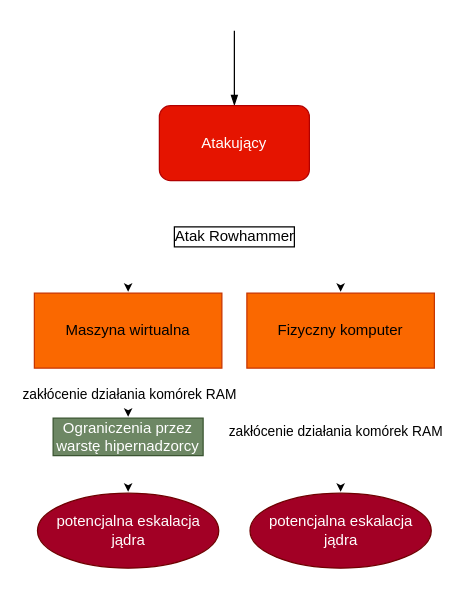
Earlier version of the draw.io diagram Diagrams/Eskalacja - teoria.drawio (mdkochanowicz/Security-of-Operating-Systems-in-Virtual-Environments). Source tidied: cells renumbered, new cells numbered last; positions are measured from the earlier drawing's top-left corner, leaving out a move shared by most shapes. Both pictures are drawn from the tidied source at 125%, with x=0, y=0 at pixel (34, 30).
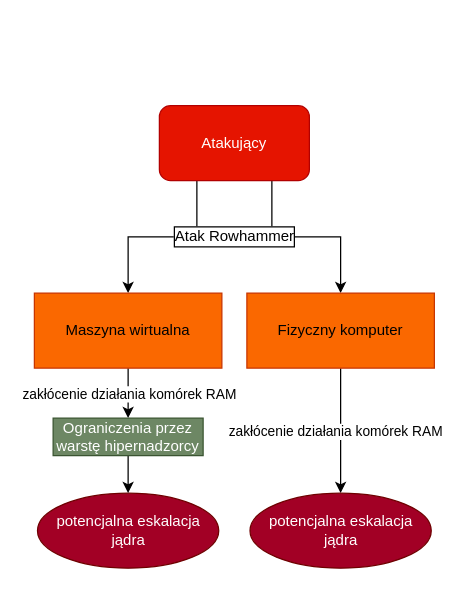
The same diagram, later.

What changed in the source:
```diff
@@
 <mxGraphModel>
   <root>
     <mxCell id="0" />
     <mxCell id="1" parent="0" />
-    <mxCell id="2" style="edgeStyle=orthogonalEdgeStyle;rounded=0;jettySize=auto;html=1;strokeColor=light-dark(#000000,#000000);endArrow=none;endFill=0;startArrow=blockThin;startFill=1;" parent="1" edge="1" source="5">
-      <mxGeometry relative="1" as="geometry">
-        <mxPoint x="160" as="targetPoint" />
-      </mxGeometry>
-    </mxCell>
-    <mxCell id="3" style="edgeStyle=orthogonalEdgeStyle;rounded=0;jettySize=auto;html=1;exitX=0.25;exitY=1;exitDx=0;exitDy=0;strokeColor=light-dark(default, #400000);" parent="1" edge="1" source="5" target="8">
+    <mxCell id="3" style="edgeStyle=orthogonalEdgeStyle;rounded=0;jettySize=auto;html=1;exitX=0.25;exitY=1;exitDx=0;exitDy=0;strokeColor=light-dark(#000000,#000000);startArrow=none;startFill=0;" parent="1" edge="1" source="5" target="8">
       <mxGeometry relative="1" as="geometry" />
     </mxCell>
-    <mxCell id="4" style="edgeStyle=orthogonalEdgeStyle;rounded=0;jettySize=auto;html=1;exitX=0.75;exitY=1;exitDx=0;exitDy=0;entryX=0.5;entryY=0;entryDx=0;entryDy=0;strokeColor=light-dark(default, #400000);" parent="1" edge="1" source="5" target="10">
+    <mxCell id="4" style="edgeStyle=orthogonalEdgeStyle;rounded=0;jettySize=auto;html=1;exitX=0.75;exitY=1;exitDx=0;exitDy=0;entryX=0.5;entryY=0;entryDx=0;entryDy=0;strokeColor=light-dark(#000000,#000000);startArrow=none;startFill=0;" parent="1" edge="1" source="5" target="10">
       <mxGeometry relative="1" as="geometry" />
     </mxCell>
     <mxCell id="5" value="Atakujący" style="rounded=1;whiteSpace=wrap;html=1;fillColor=#e51400;fontColor=#ffffff;strokeColor=#B20000;" parent="1" vertex="1">
       <mxGeometry x="100" y="60" width="120" height="60" as="geometry" />
     </mxCell>
-    <mxCell id="6" style="edgeStyle=orthogonalEdgeStyle;rounded=0;jettySize=auto;html=1;entryX=0.5;entryY=0;entryDx=0;entryDy=0;strokeColor=light-dark(default, #400000);" parent="1" edge="1" source="8" target="15">
+    <mxCell id="6" style="edgeStyle=orthogonalEdgeStyle;rounded=0;jettySize=auto;html=1;entryX=0.5;entryY=0;entryDx=0;entryDy=0;strokeColor=light-dark(#000000,#000000);startArrow=none;startFill=0;" parent="1" edge="1" source="8" target="15">
       <mxGeometry relative="1" as="geometry" />
     </mxCell>
     <mxCell id="7" value="zakłócenie działania komórek RAM" style="edgeLabel;html=1;align=center;verticalAlign=middle;" parent="6" vertex="1">
       <mxGeometry x="-0.62" y="2" relative="1" as="geometry">
         <mxPoint x="-2" y="12" as="offset" />
       </mxGeometry>
     </mxCell>
     <mxCell id="8" value="Maszyna wirtualna" style="rounded=0;whiteSpace=wrap;html=1;fillColor=#fa6800;fontColor=#000000;strokeColor=#C73500;" parent="1" vertex="1">
       <mxGeometry y="210" width="150" height="60" as="geometry" />
     </mxCell>
-    <mxCell id="9" style="edgeStyle=orthogonalEdgeStyle;rounded=0;jettySize=auto;html=1;entryX=0.5;entryY=0;entryDx=0;entryDy=0;strokeColor=light-dark(default, #400000);" parent="1" edge="1" source="10" target="13">
+    <mxCell id="9" style="edgeStyle=orthogonalEdgeStyle;rounded=0;jettySize=auto;html=1;entryX=0.5;entryY=0;entryDx=0;entryDy=0;strokeColor=light-dark(#000000,#000000);startArrow=none;startFill=0;" parent="1" edge="1" source="10" target="13">
       <mxGeometry relative="1" as="geometry" />
     </mxCell>
     <mxCell id="10" value="Fizyczny komputer" style="rounded=0;whiteSpace=wrap;html=1;fillColor=#fa6800;fontColor=#000000;strokeColor=#C73500;" parent="1" vertex="1">
       <mxGeometry x="170" y="210" width="150" height="60" as="geometry" />
     </mxCell>
     <mxCell id="11" value="&lt;div&gt;Atak Rowhammer&lt;/div&gt;" style="text;html=1;align=center;verticalAlign=middle;strokeColor=none;fillColor=none;labelBackgroundColor=default;labelBorderColor=light-dark(#000000,#000000);" parent="1" vertex="1">
       <mxGeometry x="100" y="150" width="120" height="30" as="geometry" />
     </mxCell>
     <mxCell id="12" value="potencjalna eskalacja jądra" style="ellipse;whiteSpace=wrap;html=1;fillColor=#a20025;fontColor=#ffffff;strokeColor=#6F0000;" parent="1" vertex="1">
       <mxGeometry x="2.5" y="370" width="145" height="60" as="geometry" />
     </mxCell>
     <mxCell id="13" value="potencjalna eskalacja jądra" style="ellipse;whiteSpace=wrap;html=1;fillColor=#a20025;fontColor=#ffffff;strokeColor=#6F0000;" parent="1" vertex="1">
       <mxGeometry x="172.5" y="370" width="145" height="60" as="geometry" />
     </mxCell>
-    <mxCell id="14" style="edgeStyle=orthogonalEdgeStyle;rounded=0;jettySize=auto;html=1;entryX=0.5;entryY=0;entryDx=0;entryDy=0;strokeColor=light-dark(default, #400000);" parent="1" edge="1" source="15" target="12">
+    <mxCell id="14" style="edgeStyle=orthogonalEdgeStyle;rounded=0;jettySize=auto;html=1;entryX=0.5;entryY=0;entryDx=0;entryDy=0;strokeColor=light-dark(#000000,#000000);startArrow=none;startFill=0;" parent="1" edge="1" source="15" target="12">
       <mxGeometry relative="1" as="geometry" />
     </mxCell>
     <mxCell id="15" value="Ograniczenia przez warstę hipernadzorcy" style="rounded=0;whiteSpace=wrap;html=1;fillColor=#6d8764;fontColor=#ffffff;strokeColor=#3A5431;" parent="1" vertex="1">
       <mxGeometry x="15" y="310" width="120" height="30" as="geometry" />
     </mxCell>
     <mxCell id="16" value="zakłócenie działania komórek RAM" style="edgeLabel;html=1;align=center;verticalAlign=middle;" parent="1" vertex="1">
       <mxGeometry x="240" y="320" as="geometry" />
     </mxCell>
   </root>
 </mxGraphModel>
```
